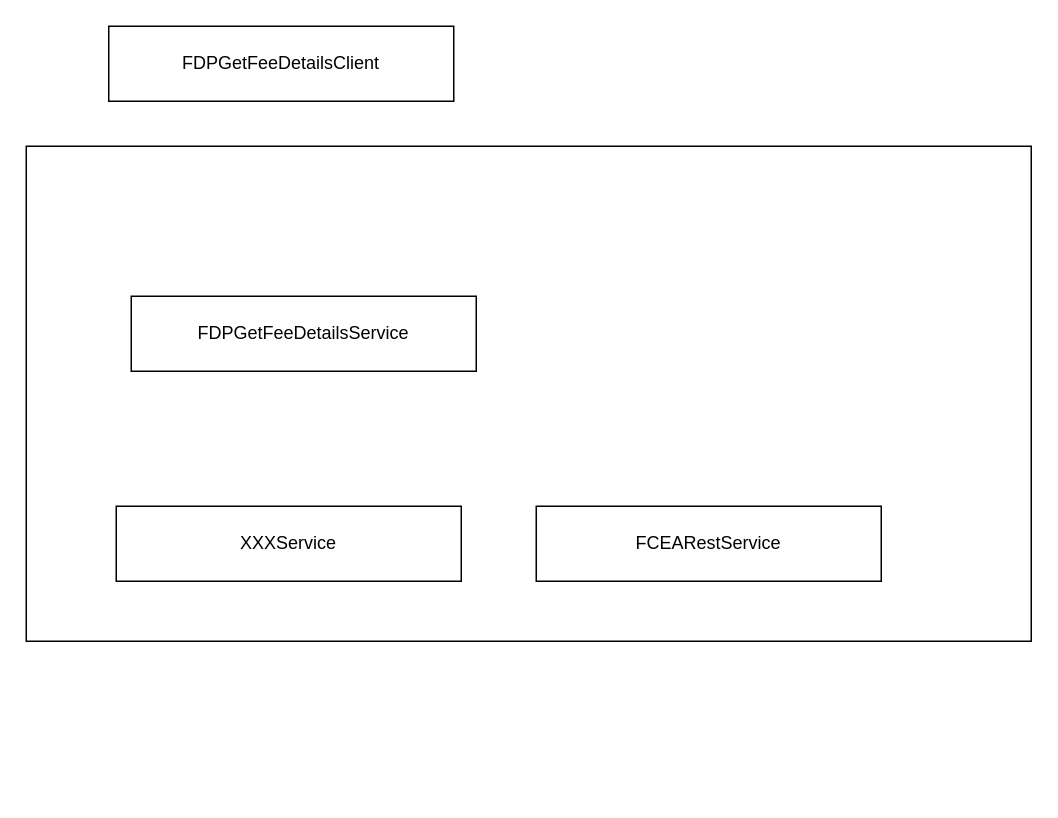
This is FDPShadowTestOP2.drawio from wang2gua/test, a draw.io file, before an edit. Source tidied: cells renumbered, new cells numbered last; positions are measured from the earlier drawing's top-left corner, leaving out a move shared by most shapes. Both pictures are drawn from the tidied source at 150%, with x=0, y=0 at pixel (26, 26).
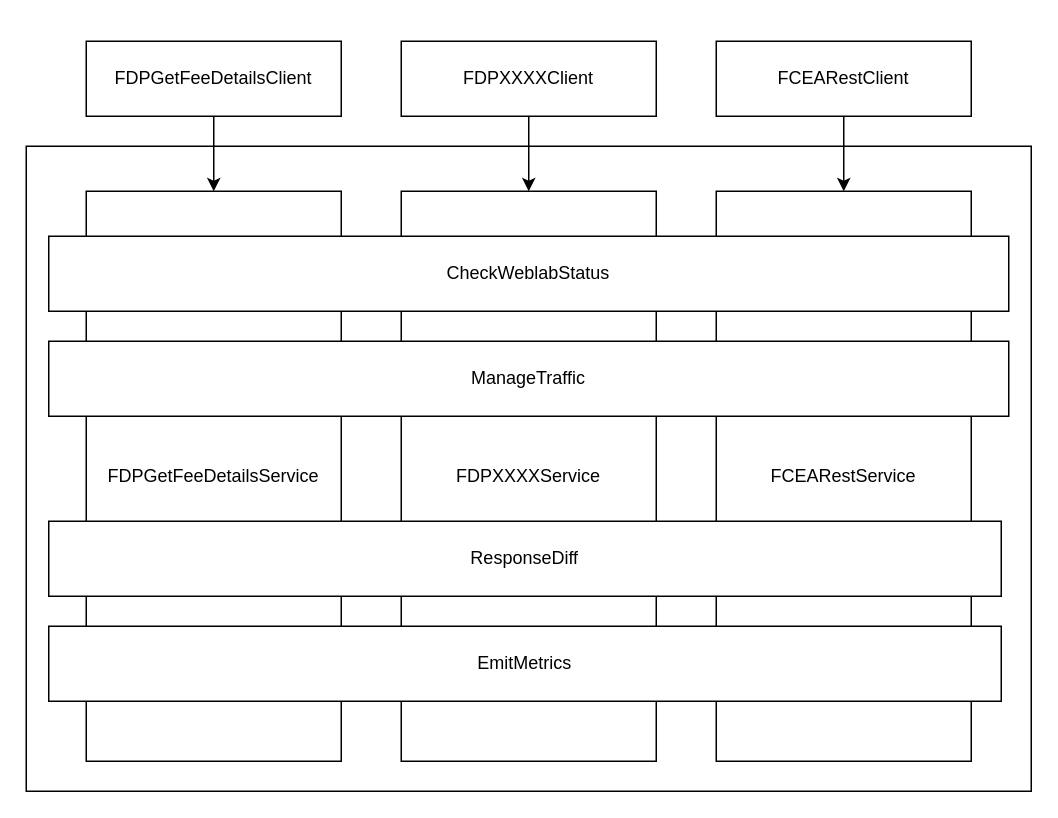
The same diagram, later.

The edit, as a diff of the source:
```diff
@@
 <mxGraphModel>
   <root>
     <mxCell id="0" />
     <mxCell id="1" parent="0" />
     <mxCell id="2" style="rounded=0;whiteSpace=wrap;html=1;" parent="1" vertex="1">
-      <mxGeometry y="80" width="670" height="330" as="geometry" />
+      <mxGeometry y="80" width="670" height="430" as="geometry" />
     </mxCell>
     <mxCell id="3" value="FDPGetFeeDetailsService" style="rounded=0;whiteSpace=wrap;html=1;" parent="1" vertex="1">
-      <mxGeometry x="70" y="180" width="230" height="50" as="geometry" />
+      <mxGeometry x="40" y="110" width="170" height="380" as="geometry" />
     </mxCell>
     <mxCell id="4" style="edgeStyle=orthogonalEdgeStyle;rounded=0;orthogonalLoop=1;jettySize=auto;html=1;exitX=0.5;exitY=1;exitDx=0;exitDy=0;" parent="1" edge="1">
       <mxGeometry relative="1" as="geometry">
         <mxPoint x="225" y="280" as="sourcePoint" />
         <mxPoint x="225" y="280" as="targetPoint" />
       </mxGeometry>
     </mxCell>
+    <mxCell id="8" style="edgeStyle=orthogonalEdgeStyle;rounded=0;jettySize=auto;html=1;exitX=0.5;exitY=1;exitDx=0;exitDy=0;entryX=0.5;entryY=0;entryDx=0;entryDy=0;" parent="1" edge="1" source="7" target="3">
+      <mxGeometry relative="1" as="geometry" />
+    </mxCell>
+    <mxCell id="7" value="FDPGetFeeDetailsClient" style="rounded=0;whiteSpace=wrap;html=1;" parent="1" vertex="1">
+      <mxGeometry x="40" y="10" width="170" height="50" as="geometry" />
+    </mxCell>
+    <mxCell id="9" value="FDPXXXXService" style="rounded=0;whiteSpace=wrap;html=1;" parent="1" vertex="1">
+      <mxGeometry x="250" y="110" width="170" height="380" as="geometry" />
+    </mxCell>
+    <mxCell id="10" value="FCEARestService" style="rounded=0;whiteSpace=wrap;html=1;" parent="1" vertex="1">
+      <mxGeometry x="460" y="110" width="170" height="380" as="geometry" />
+    </mxCell>
+    <mxCell id="6" value="CheckWeblabStatus" style="rounded=0;whiteSpace=wrap;html=1;" parent="1" vertex="1">
+      <mxGeometry x="15" y="140" width="640" height="50" as="geometry" />
+    </mxCell>
-    <mxCell id="5" value="FCEARestService" style="rounded=0;whiteSpace=wrap;html=1;" parent="1" vertex="1">
-      <mxGeometry x="340" y="320" width="230" height="50" as="geometry" />
+    <mxCell id="5" value="ResponseDiff" style="rounded=0;whiteSpace=wrap;html=1;" parent="1" vertex="1">
+      <mxGeometry x="15" y="330" width="635" height="50" as="geometry" />
     </mxCell>
-    <mxCell id="6" value="XXXService" style="rounded=0;whiteSpace=wrap;html=1;" parent="1" vertex="1">
-      <mxGeometry x="60" y="320" width="230" height="50" as="geometry" />
-    </mxCell>
-    <mxCell id="7" value="FDPGetFeeDetailsClient" style="rounded=0;whiteSpace=wrap;html=1;" parent="1" vertex="1">
-      <mxGeometry x="55" width="230" height="50" as="geometry" />
-    </mxCell>
+    <mxCell id="11" value="ManageTraffic" style="rounded=0;whiteSpace=wrap;html=1;" parent="1" vertex="1">
+      <mxGeometry x="15" y="210" width="640" height="50" as="geometry" />
+    </mxCell>
+    <mxCell id="12" value="EmitMetrics" style="rounded=0;whiteSpace=wrap;html=1;" parent="1" vertex="1">
+      <mxGeometry x="15" y="400" width="635" height="50" as="geometry" />
+    </mxCell>
+    <mxCell id="13" style="edgeStyle=orthogonalEdgeStyle;rounded=0;jettySize=auto;html=1;exitX=0.5;exitY=1;exitDx=0;exitDy=0;entryX=0.5;entryY=0;entryDx=0;entryDy=0;" parent="1" edge="1" source="14" target="9">
+      <mxGeometry relative="1" as="geometry" />
+    </mxCell>
+    <mxCell id="14" value="FDPXXXXClient" style="rounded=0;whiteSpace=wrap;html=1;" parent="1" vertex="1">
+      <mxGeometry x="250" y="10" width="170" height="50" as="geometry" />
+    </mxCell>
+    <mxCell id="15" style="edgeStyle=orthogonalEdgeStyle;rounded=0;jettySize=auto;html=1;exitX=0.5;exitY=1;exitDx=0;exitDy=0;entryX=0.5;entryY=0;entryDx=0;entryDy=0;" parent="1" edge="1" source="16" target="10">
+      <mxGeometry relative="1" as="geometry" />
+    </mxCell>
+    <mxCell id="16" value="FCEARestClient" style="rounded=0;whiteSpace=wrap;html=1;" parent="1" vertex="1">
+      <mxGeometry x="460" y="10" width="170" height="50" as="geometry" />
+    </mxCell>
   </root>
 </mxGraphModel>
```
